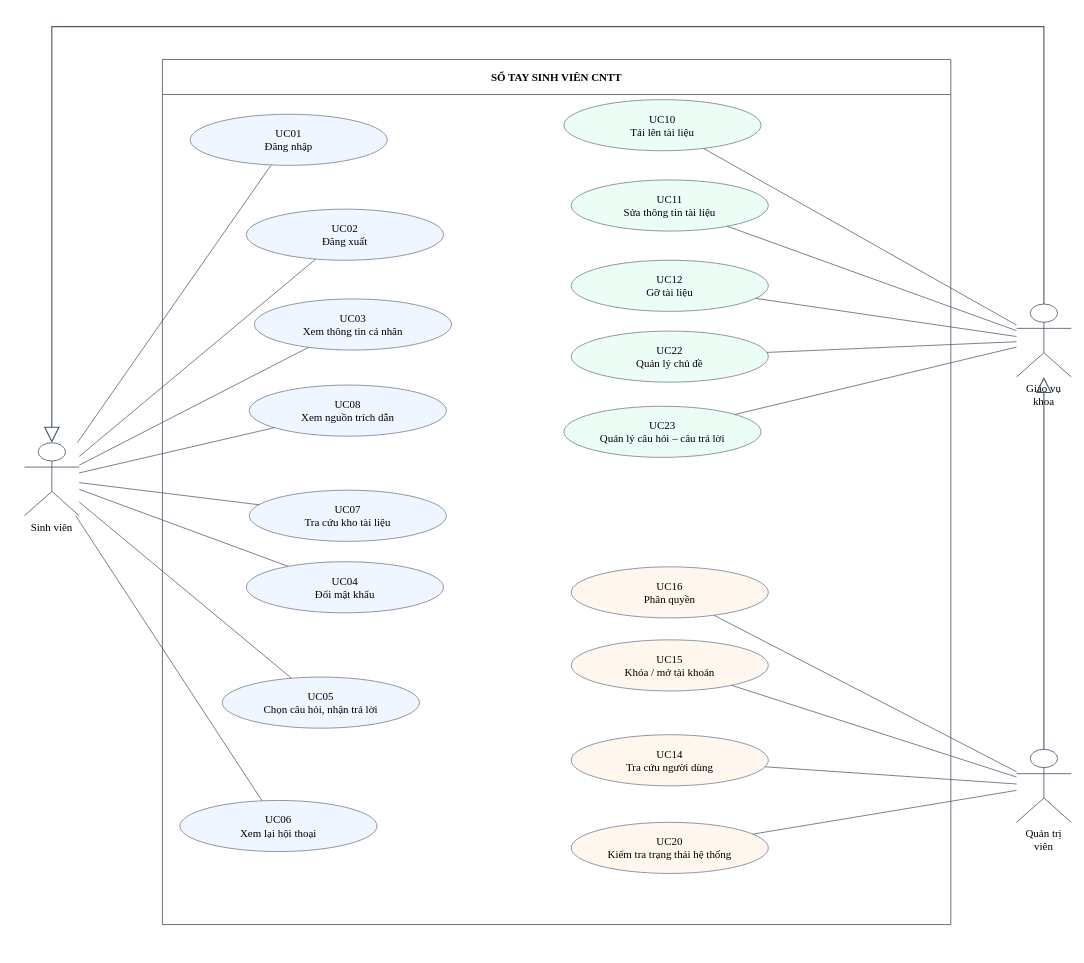
Above: page "Use case tổng quan" (1 of 79) of docs/diagrams/so-do-he-thong.drawio in hominhduc-dev/So-Tay-Sinh-Vien-CNTT-DAU (draw.io), before the change. Source tidied: cells renumbered, new cells numbered last; positions are measured from the earlier drawing's top-left corner, leaving out a move shared by most shapes. Both pictures are drawn from the tidied source at 73%, with x=0, y=0 at pixel (24, 26).
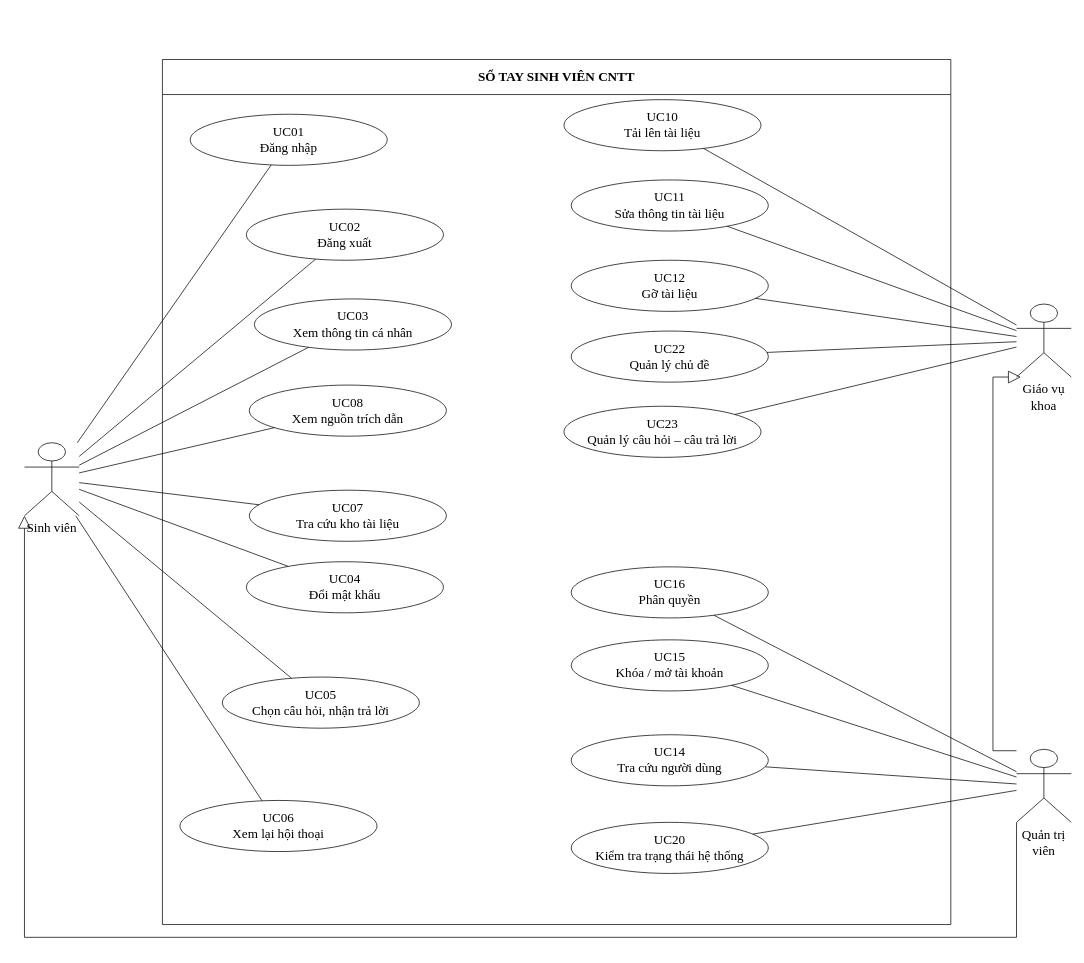
The same page after the edit.

Commit message (it also covers changes not shown here):
Hoàn thiện tài liệu: soát báo cáo, dọn tài liệu lỗi thời, cập nhật README

What changed in the source:
```diff
@@
-    <mxCell id="2" value="SỔ TAY SINH VIÊN CNTT" style="swimlane;startSize=48;fillColor=#ffffff;swimlaneFillColor=#ffffff;strokeColor=#334155;fontStyle=1;html=1;whiteSpace=wrap;fontFamily=Times New Roman;fontSize=15;" parent="1" vertex="1">
+    <mxCell id="2" value="SỔ TAY SINH VIÊN CNTT" style="swimlane;startSize=48;fillColor=none;swimlaneFillColor=none;strokeColor=#000000;fontStyle=1;html=1;whiteSpace=wrap;fontFamily=Times New Roman;fontSize=18;fontColor=#000000;" parent="1" vertex="1">
       <mxGeometry x="189" y="45" width="1080" height="1185" as="geometry" />
     </mxCell>
-    <mxCell id="3" value="UC08&lt;br&gt;Xem nguồn trích dẫn" style="ellipse;fillColor=#eff6ff;strokeColor=#64748b;html=1;whiteSpace=wrap;fontFamily=Times New Roman;fontSize=15;" parent="2" vertex="1">
+    <mxCell id="3" value="UC08&lt;br&gt;Xem nguồn trích dẫn" style="ellipse;fillColor=none;strokeColor=#000000;html=1;whiteSpace=wrap;fontFamily=Times New Roman;fontSize=18;fontColor=#000000;" parent="2" vertex="1">
       <mxGeometry x="119" y="446" width="270" height="70" as="geometry" />
     </mxCell>
-    <mxCell id="4" value="UC01&lt;br&gt;Đăng nhập" style="ellipse;fillColor=#eff6ff;strokeColor=#64748b;html=1;whiteSpace=wrap;fontFamily=Times New Roman;fontSize=15;" parent="2" vertex="1">
+    <mxCell id="4" value="UC01&lt;br&gt;Đăng nhập" style="ellipse;fillColor=none;strokeColor=#000000;html=1;whiteSpace=wrap;fontFamily=Times New Roman;fontSize=18;fontColor=#000000;" parent="2" vertex="1">
       <mxGeometry x="38" y="75" width="270" height="70" as="geometry" />
     </mxCell>
-    <mxCell id="5" value="UC07&lt;br&gt;Tra cứu kho tài liệu" style="ellipse;fillColor=#eff6ff;strokeColor=#64748b;html=1;whiteSpace=wrap;fontFamily=Times New Roman;fontSize=15;" parent="2" vertex="1">
+    <mxCell id="5" value="UC07&lt;br&gt;Tra cứu kho tài liệu" style="ellipse;fillColor=none;strokeColor=#000000;html=1;whiteSpace=wrap;fontFamily=Times New Roman;fontSize=18;fontColor=#000000;" parent="2" vertex="1">
       <mxGeometry x="119" y="590" width="270" height="70" as="geometry" />
     </mxCell>
-    <mxCell id="6" value="UC02&lt;br&gt;Đăng xuất" style="ellipse;fillColor=#eff6ff;strokeColor=#64748b;html=1;whiteSpace=wrap;fontFamily=Times New Roman;fontSize=15;" parent="2" vertex="1">
+    <mxCell id="6" value="UC02&lt;br&gt;Đăng xuất" style="ellipse;fillColor=none;strokeColor=#000000;html=1;whiteSpace=wrap;fontFamily=Times New Roman;fontSize=18;fontColor=#000000;" parent="2" vertex="1">
       <mxGeometry x="115" y="205" width="270" height="70" as="geometry" />
     </mxCell>
-    <mxCell id="7" value="UC04&lt;br&gt;Đổi mật khẩu" style="ellipse;fillColor=#eff6ff;strokeColor=#64748b;html=1;whiteSpace=wrap;fontFamily=Times New Roman;fontSize=15;" parent="2" vertex="1">
+    <mxCell id="7" value="UC04&lt;br&gt;Đổi mật khẩu" style="ellipse;fillColor=none;strokeColor=#000000;html=1;whiteSpace=wrap;fontFamily=Times New Roman;fontSize=18;fontColor=#000000;" parent="2" vertex="1">
       <mxGeometry x="115" y="688" width="270" height="70" as="geometry" />
     </mxCell>
-    <mxCell id="8" value="UC20&lt;br&gt;Kiểm tra trạng thái hệ thống" style="ellipse;fillColor=#fff7ed;strokeColor=#64748b;html=1;whiteSpace=wrap;fontFamily=Times New Roman;fontSize=15;" parent="2" vertex="1">
+    <mxCell id="8" value="UC20&lt;br&gt;Kiểm tra trạng thái hệ thống" style="ellipse;fillColor=none;strokeColor=#000000;html=1;whiteSpace=wrap;fontFamily=Times New Roman;fontSize=18;fontColor=#000000;" parent="2" vertex="1">
       <mxGeometry x="560" y="1045" width="270" height="70" as="geometry" />
     </mxCell>
-    <mxCell id="9" value="UC05&lt;br&gt;Chọn câu hỏi, nhận trả lời" style="ellipse;fillColor=#eff6ff;strokeColor=#64748b;html=1;whiteSpace=wrap;fontFamily=Times New Roman;fontSize=15;" parent="2" vertex="1">
+    <mxCell id="9" value="UC05&lt;br&gt;Chọn câu hỏi, nhận trả lời" style="ellipse;fillColor=none;strokeColor=#000000;html=1;whiteSpace=wrap;fontFamily=Times New Roman;fontSize=18;fontColor=#000000;" parent="2" vertex="1">
       <mxGeometry x="82" y="846" width="270" height="70" as="geometry" />
     </mxCell>
-    <mxCell id="10" value="UC06&lt;br&gt;Xem lại hội thoại" style="ellipse;fillColor=#eff6ff;strokeColor=#64748b;html=1;whiteSpace=wrap;fontFamily=Times New Roman;fontSize=15;" parent="2" vertex="1">
+    <mxCell id="10" value="UC06&lt;br&gt;Xem lại hội thoại" style="ellipse;fillColor=none;strokeColor=#000000;html=1;whiteSpace=wrap;fontFamily=Times New Roman;fontSize=18;fontColor=#000000;" parent="2" vertex="1">
       <mxGeometry x="24" y="1015" width="270" height="70" as="geometry" />
     </mxCell>
-    <mxCell id="11" value="UC03&lt;br&gt;Xem thông tin cá nhân" style="ellipse;fillColor=#eff6ff;strokeColor=#64748b;html=1;whiteSpace=wrap;fontFamily=Times New Roman;fontSize=15;" parent="2" vertex="1">
+    <mxCell id="11" value="UC03&lt;br&gt;Xem thông tin cá nhân" style="ellipse;fillColor=none;strokeColor=#000000;html=1;whiteSpace=wrap;fontFamily=Times New Roman;fontSize=18;fontColor=#000000;" parent="2" vertex="1">
       <mxGeometry x="126" y="328" width="270" height="70" as="geometry" />
     </mxCell>
-    <mxCell id="12" value="UC22&lt;br&gt;Quản lý chủ đề" style="ellipse;fillColor=#ecfdf5;strokeColor=#64748b;html=1;whiteSpace=wrap;fontFamily=Times New Roman;fontSize=15;" parent="2" vertex="1">
+    <mxCell id="12" value="UC22&lt;br&gt;Quản lý chủ đề" style="ellipse;fillColor=none;strokeColor=#000000;html=1;whiteSpace=wrap;fontFamily=Times New Roman;fontSize=18;fontColor=#000000;" parent="2" vertex="1">
       <mxGeometry x="560" y="372" width="270" height="70" as="geometry" />
     </mxCell>
-    <mxCell id="13" value="UC23&lt;br&gt;Quản lý câu hỏi – câu trả lời" style="ellipse;fillColor=#ecfdf5;strokeColor=#64748b;html=1;whiteSpace=wrap;fontFamily=Times New Roman;fontSize=15;" parent="2" vertex="1">
+    <mxCell id="13" value="UC23&lt;br&gt;Quản lý câu hỏi – câu trả lời" style="ellipse;fillColor=none;strokeColor=#000000;html=1;whiteSpace=wrap;fontFamily=Times New Roman;fontSize=18;fontColor=#000000;" parent="2" vertex="1">
       <mxGeometry x="550" y="475" width="270" height="70" as="geometry" />
     </mxCell>
-    <mxCell id="14" value="UC11&lt;br&gt;Sửa thông tin tài liệu" style="ellipse;fillColor=#ecfdf5;strokeColor=#64748b;html=1;whiteSpace=wrap;fontFamily=Times New Roman;fontSize=15;" parent="2" vertex="1">
+    <mxCell id="14" value="UC11&lt;br&gt;Sửa thông tin tài liệu" style="ellipse;fillColor=none;strokeColor=#000000;html=1;whiteSpace=wrap;fontFamily=Times New Roman;fontSize=18;fontColor=#000000;" parent="2" vertex="1">
       <mxGeometry x="560" y="165" width="270" height="70" as="geometry" />
     </mxCell>
-    <mxCell id="15" value="UC14&lt;br&gt;Tra cứu người dùng" style="ellipse;fillColor=#fff7ed;strokeColor=#64748b;html=1;whiteSpace=wrap;fontFamily=Times New Roman;fontSize=15;" parent="2" vertex="1">
+    <mxCell id="15" value="UC14&lt;br&gt;Tra cứu người dùng" style="ellipse;fillColor=none;strokeColor=#000000;html=1;whiteSpace=wrap;fontFamily=Times New Roman;fontSize=18;fontColor=#000000;" parent="2" vertex="1">
       <mxGeometry x="560" y="925" width="270" height="70" as="geometry" />
     </mxCell>
-    <mxCell id="16" value="UC10&lt;br&gt;Tải lên tài liệu" style="ellipse;fillColor=#ecfdf5;strokeColor=#64748b;html=1;whiteSpace=wrap;fontFamily=Times New Roman;fontSize=15;" parent="2" vertex="1">
+    <mxCell id="16" value="UC10&lt;br&gt;Tải lên tài liệu" style="ellipse;fillColor=none;strokeColor=#000000;html=1;whiteSpace=wrap;fontFamily=Times New Roman;fontSize=18;fontColor=#000000;" parent="2" vertex="1">
       <mxGeometry x="550" y="55" width="270" height="70" as="geometry" />
     </mxCell>
-    <mxCell id="17" value="UC16&lt;br&gt;Phân quyền" style="ellipse;fillColor=#fff7ed;strokeColor=#64748b;html=1;whiteSpace=wrap;fontFamily=Times New Roman;fontSize=15;" parent="2" vertex="1">
+    <mxCell id="17" value="UC16&lt;br&gt;Phân quyền" style="ellipse;fillColor=none;strokeColor=#000000;html=1;whiteSpace=wrap;fontFamily=Times New Roman;fontSize=18;fontColor=#000000;" parent="2" vertex="1">
       <mxGeometry x="560" y="695" width="270" height="70" as="geometry" />
     </mxCell>
-    <mxCell id="18" value="UC12&lt;br&gt;Gỡ tài liệu" style="ellipse;fillColor=#ecfdf5;strokeColor=#64748b;html=1;whiteSpace=wrap;fontFamily=Times New Roman;fontSize=15;" parent="2" vertex="1">
+    <mxCell id="18" value="UC12&lt;br&gt;Gỡ tài liệu" style="ellipse;fillColor=none;strokeColor=#000000;html=1;whiteSpace=wrap;fontFamily=Times New Roman;fontSize=18;fontColor=#000000;" parent="2" vertex="1">
       <mxGeometry x="560" y="275" width="270" height="70" as="geometry" />
     </mxCell>
-    <mxCell id="19" value="UC15&lt;br&gt;Khóa / mở tài khoản" style="ellipse;fillColor=#fff7ed;strokeColor=#64748b;html=1;whiteSpace=wrap;fontFamily=Times New Roman;fontSize=15;" parent="2" vertex="1">
+    <mxCell id="19" value="UC15&lt;br&gt;Khóa / mở tài khoản" style="ellipse;fillColor=none;strokeColor=#000000;html=1;whiteSpace=wrap;fontFamily=Times New Roman;fontSize=18;fontColor=#000000;" parent="2" vertex="1">
       <mxGeometry x="560" y="795" width="270" height="70" as="geometry" />
     </mxCell>
-    <mxCell id="20" value="Sinh viên" style="shape=umlActor;verticalLabelPosition=bottom;verticalAlign=top;fillColor=#ffffff;strokeColor=#334155;html=1;whiteSpace=wrap;fontFamily=Times New Roman;fontSize=15;" parent="1" vertex="1">
+    <mxCell id="20" value="Sinh viên" style="shape=umlActor;verticalLabelPosition=bottom;verticalAlign=top;fillColor=none;strokeColor=#000000;html=1;whiteSpace=wrap;fontFamily=Times New Roman;fontSize=18;fontColor=#000000;" parent="1" vertex="1">
       <mxGeometry y="570" width="75" height="100" as="geometry" />
     </mxCell>
-    <mxCell id="21" style="rounded=0;html=1;endArrow=none;endFill=0;strokeColor=#475569;fontFamily=Times New Roman;" parent="1" edge="1" source="20" target="4">
+    <mxCell id="21" style="rounded=0;html=1;endArrow=none;endFill=0;strokeColor=#000000;fontFamily=Times New Roman;fontColor=#000000;" parent="1" edge="1" source="20" target="4">
       <mxGeometry relative="1" as="geometry" />
     </mxCell>
-    <mxCell id="22" style="rounded=0;html=1;endArrow=none;endFill=0;strokeColor=#475569;fontFamily=Times New Roman;" parent="1" edge="1" source="20" target="6">
+    <mxCell id="22" style="rounded=0;html=1;endArrow=none;endFill=0;strokeColor=#000000;fontFamily=Times New Roman;fontColor=#000000;" parent="1" edge="1" source="20" target="6">
       <mxGeometry relative="1" as="geometry" />
     </mxCell>
-    <mxCell id="23" style="rounded=0;html=1;endArrow=none;endFill=0;strokeColor=#475569;fontFamily=Times New Roman;" parent="1" edge="1" source="20" target="11">
+    <mxCell id="23" style="rounded=0;html=1;endArrow=none;endFill=0;strokeColor=#000000;fontFamily=Times New Roman;fontColor=#000000;" parent="1" edge="1" source="20" target="11">
       <mxGeometry relative="1" as="geometry" />
     </mxCell>
-    <mxCell id="24" style="rounded=0;html=1;endArrow=none;endFill=0;strokeColor=#475569;fontFamily=Times New Roman;" parent="1" edge="1" source="20" target="7">
+    <mxCell id="24" style="rounded=0;html=1;endArrow=none;endFill=0;strokeColor=#000000;fontFamily=Times New Roman;fontColor=#000000;" parent="1" edge="1" source="20" target="7">
       <mxGeometry relative="1" as="geometry" />
     </mxCell>
-    <mxCell id="25" style="rounded=0;html=1;endArrow=none;endFill=0;strokeColor=#475569;fontFamily=Times New Roman;" parent="1" edge="1" source="20" target="9">
+    <mxCell id="25" style="rounded=0;html=1;endArrow=none;endFill=0;strokeColor=#000000;fontFamily=Times New Roman;fontColor=#000000;" parent="1" edge="1" source="20" target="9">
       <mxGeometry relative="1" as="geometry" />
     </mxCell>
-    <mxCell id="26" style="rounded=0;html=1;endArrow=none;endFill=0;strokeColor=#475569;fontFamily=Times New Roman;" parent="1" edge="1" source="20" target="10">
+    <mxCell id="26" style="rounded=0;html=1;endArrow=none;endFill=0;strokeColor=#000000;fontFamily=Times New Roman;fontColor=#000000;" parent="1" edge="1" source="20" target="10">
       <mxGeometry relative="1" as="geometry" />
     </mxCell>
-    <mxCell id="27" style="rounded=0;html=1;endArrow=none;endFill=0;strokeColor=#475569;fontFamily=Times New Roman;" parent="1" edge="1" source="20" target="5">
+    <mxCell id="27" style="rounded=0;html=1;endArrow=none;endFill=0;strokeColor=#000000;fontFamily=Times New Roman;fontColor=#000000;" parent="1" edge="1" source="20" target="5">
       <mxGeometry relative="1" as="geometry" />
     </mxCell>
-    <mxCell id="28" style="rounded=0;html=1;endArrow=none;endFill=0;strokeColor=#475569;fontFamily=Times New Roman;" parent="1" edge="1" source="20" target="3">
+    <mxCell id="28" style="rounded=0;html=1;endArrow=none;endFill=0;strokeColor=#000000;fontFamily=Times New Roman;fontColor=#000000;" parent="1" edge="1" source="20" target="3">
       <mxGeometry relative="1" as="geometry" />
     </mxCell>
-    <mxCell id="29" value="Giáo vụ khoa" style="shape=umlActor;verticalLabelPosition=bottom;verticalAlign=top;fillColor=#ffffff;strokeColor=#334155;html=1;whiteSpace=wrap;fontFamily=Times New Roman;fontSize=15;" parent="1" vertex="1">
+    <mxCell id="29" value="Giáo vụ khoa" style="shape=umlActor;verticalLabelPosition=bottom;verticalAlign=top;fillColor=none;strokeColor=#000000;html=1;whiteSpace=wrap;fontFamily=Times New Roman;fontSize=18;fontColor=#000000;" parent="1" vertex="1">
       <mxGeometry x="1359" y="380" width="75" height="100" as="geometry" />
     </mxCell>
-    <mxCell id="30" style="rounded=0;html=1;endArrow=none;endFill=0;strokeColor=#475569;fontFamily=Times New Roman;" parent="1" edge="1" source="29" target="16">
+    <mxCell id="30" style="rounded=0;html=1;endArrow=none;endFill=0;strokeColor=#000000;fontFamily=Times New Roman;fontColor=#000000;" parent="1" edge="1" source="29" target="16">
       <mxGeometry relative="1" as="geometry" />
     </mxCell>
-    <mxCell id="31" style="rounded=0;html=1;endArrow=none;endFill=0;strokeColor=#475569;fontFamily=Times New Roman;" parent="1" edge="1" source="29" target="14">
+    <mxCell id="31" style="rounded=0;html=1;endArrow=none;endFill=0;strokeColor=#000000;fontFamily=Times New Roman;fontColor=#000000;" parent="1" edge="1" source="29" target="14">
       <mxGeometry relative="1" as="geometry" />
     </mxCell>
-    <mxCell id="32" style="rounded=0;html=1;endArrow=none;endFill=0;strokeColor=#475569;fontFamily=Times New Roman;" parent="1" edge="1" source="29" target="18">
+    <mxCell id="32" style="rounded=0;html=1;endArrow=none;endFill=0;strokeColor=#000000;fontFamily=Times New Roman;fontColor=#000000;" parent="1" edge="1" source="29" target="18">
       <mxGeometry relative="1" as="geometry" />
     </mxCell>
-    <mxCell id="33" style="rounded=0;html=1;endArrow=none;endFill=0;strokeColor=#475569;fontFamily=Times New Roman;" parent="1" edge="1" source="29" target="12">
+    <mxCell id="33" style="rounded=0;html=1;endArrow=none;endFill=0;strokeColor=#000000;fontFamily=Times New Roman;fontColor=#000000;" parent="1" edge="1" source="29" target="12">
       <mxGeometry relative="1" as="geometry" />
     </mxCell>
-    <mxCell id="34" style="rounded=0;html=1;endArrow=none;endFill=0;strokeColor=#475569;fontFamily=Times New Roman;" parent="1" edge="1" source="29" target="13">
+    <mxCell id="34" style="rounded=0;html=1;endArrow=none;endFill=0;strokeColor=#000000;fontFamily=Times New Roman;fontColor=#000000;" parent="1" edge="1" source="29" target="13">
       <mxGeometry relative="1" as="geometry" />
     </mxCell>
+    <mxCell id="42" style="edgeStyle=orthogonalEdgeStyle;rounded=0;jettySize=auto;html=1;defaultLabelBackgroundColor=page;labelPadding=0 4;endArrow=block;endFill=0;endSize=15;fontColor=#000000;" parent="1" edge="1" source="35">
+      <mxGeometry relative="1" as="geometry">
+        <mxPoint x="1365" y="480" as="targetPoint" />
+        <Array as="points">
+          <mxPoint x="1326.7" y="991.9" />
+          <mxPoint x="1326.7" y="480" />
+        </Array>
+      </mxGeometry>
+    </mxCell>
-    <mxCell id="35" value="Quản trị viên" style="shape=umlActor;verticalLabelPosition=bottom;verticalAlign=top;fillColor=#ffffff;strokeColor=#334155;html=1;whiteSpace=wrap;fontFamily=Times New Roman;fontSize=15;" parent="1" vertex="1">
+    <mxCell id="35" value="Quản trị viên" style="shape=umlActor;verticalLabelPosition=bottom;verticalAlign=top;fillColor=none;strokeColor=#000000;html=1;whiteSpace=wrap;fontFamily=Times New Roman;fontSize=18;fontColor=#000000;" parent="1" vertex="1">
       <mxGeometry x="1359" y="990" width="75" height="100" as="geometry" />
     </mxCell>
-    <mxCell id="36" style="rounded=0;html=1;endArrow=none;endFill=0;strokeColor=#475569;fontFamily=Times New Roman;" parent="1" edge="1" source="35" target="15">
+    <mxCell id="36" style="rounded=0;html=1;endArrow=none;endFill=0;strokeColor=#000000;fontFamily=Times New Roman;fontColor=#000000;" parent="1" edge="1" source="35" target="15">
       <mxGeometry relative="1" as="geometry" />
     </mxCell>
-    <mxCell id="37" style="rounded=0;html=1;endArrow=none;endFill=0;strokeColor=#475569;fontFamily=Times New Roman;" parent="1" edge="1" source="35" target="19">
+    <mxCell id="37" style="rounded=0;html=1;endArrow=none;endFill=0;strokeColor=#000000;fontFamily=Times New Roman;fontColor=#000000;" parent="1" edge="1" source="35" target="19">
       <mxGeometry relative="1" as="geometry" />
     </mxCell>
-    <mxCell id="38" style="rounded=0;html=1;endArrow=none;endFill=0;strokeColor=#475569;fontFamily=Times New Roman;" parent="1" edge="1" source="35" target="8">
+    <mxCell id="38" style="rounded=0;html=1;endArrow=none;endFill=0;strokeColor=#000000;fontFamily=Times New Roman;fontColor=#000000;" parent="1" edge="1" source="35" target="8">
       <mxGeometry relative="1" as="geometry" />
     </mxCell>
-    <mxCell id="39" style="rounded=0;html=1;endArrow=none;endFill=0;strokeColor=#475569;fontFamily=Times New Roman;" parent="1" edge="1" source="35" target="17">
+    <mxCell id="39" style="rounded=0;html=1;endArrow=none;endFill=0;strokeColor=#000000;fontFamily=Times New Roman;fontColor=#000000;" parent="1" edge="1" source="35" target="17">
       <mxGeometry relative="1" as="geometry" />
     </mxCell>
-    <mxCell id="40" style="edgeStyle=orthogonalEdgeStyle;rounded=0;html=1;endArrow=block;endFill=0;endSize=18;strokeColor=#475569;strokeWidth=1.5;exitX=0.5;exitY=0;fontFamily=Times New Roman;" parent="1" edge="1" source="29" target="20">
-      <mxGeometry x="0.01" relative="1" as="geometry">
-        <Array as="points">
-          <mxPoint x="1396.5" />
-          <mxPoint x="37.5" />
-        </Array>
-      </mxGeometry>
-    </mxCell>
-    <mxCell id="41" style="rounded=0;html=1;endArrow=block;endFill=0;endSize=18;strokeColor=#475569;strokeWidth=1.5;fontFamily=Times New Roman;" parent="1" edge="1" source="35" target="29">
-      <mxGeometry relative="1" as="geometry" />
-    </mxCell>
+    <mxCell id="43" style="edgeStyle=orthogonalEdgeStyle;rounded=0;jettySize=auto;html=1;defaultLabelBackgroundColor=page;labelPadding=0 4;endArrow=block;endFill=0;endSize=15;fontColor=#000000;" parent="1" edge="1" source="35" target="20">
+      <mxGeometry x="-0.6" relative="1" as="geometry">
+        <Array as="points">
+          <mxPoint x="1359" y="1247.5" />
+          <mxPoint y="1247.5" />
+        </Array>
+      </mxGeometry>
+    </mxCell>
```
